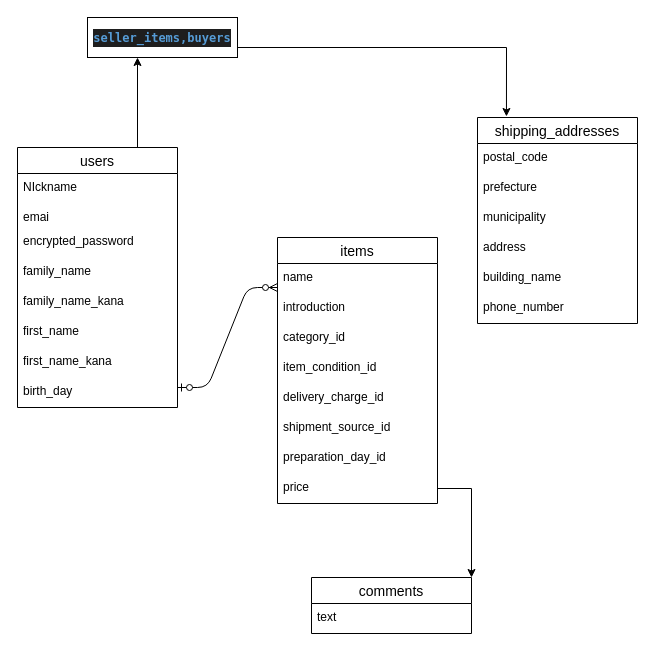
This is test.dio from Itsme-reina/furima-34355, a draw.io file, before an edit. Source tidied: cells renumbered, new cells numbered last; positions are measured from the earlier drawing's top-left corner, leaving out a move shared by most shapes. Both pictures are drawn from the tidied source at 100%, with x=0, y=0 at pixel (17, 17).
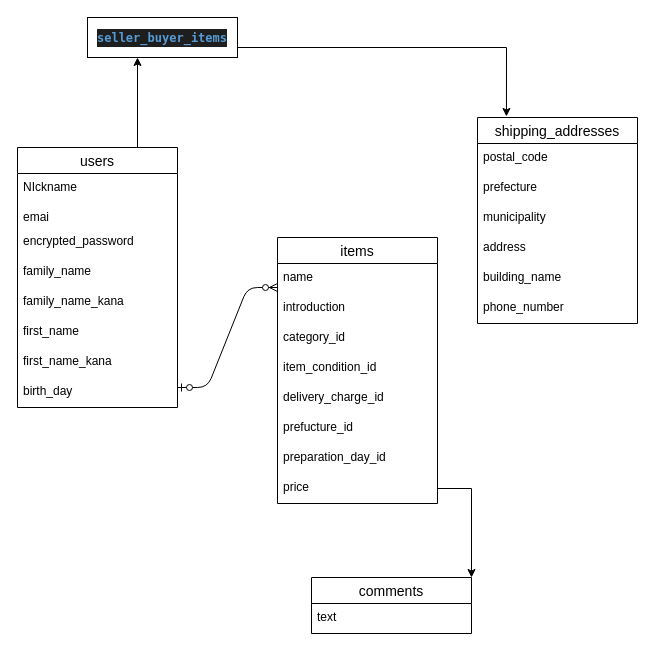
The same diagram, later.

Commit message (it also covers changes not shown here):
READEME ER図修正

The change refers to these unchanged cells:
```xml
<mxCell id="12" value="items" style="swimlane;fontStyle=0;horizontal=1;startSize=26;align=center;fontSize=14;" parent="1" vertex="1">
  <mxGeometry x="260" y="220" width="160" height="266" as="geometry" />
</mxCell>
```

The edit, as a diff of the source:
```diff
@@
-    <mxCell id="18" value="shipment_source_id" style="text;strokeColor=none;fillColor=none;spacingLeft=4;spacingRight=4;overflow=hidden;fontSize=12;" parent="12" vertex="1">
+    <mxCell id="18" value="prefucture_id" style="text;strokeColor=none;fillColor=none;spacingLeft=4;spacingRight=4;overflow=hidden;fontSize=12;" parent="12" vertex="1">
       <mxGeometry y="176" width="160" height="30" as="geometry" />
     </mxCell>
@@
-    <mxCell id="24" value="&lt;div style=&quot;color: rgb(212 , 212 , 212) ; background-color: rgb(30 , 30 , 30) ; font-family: &amp;#34;menlo&amp;#34; , &amp;#34;monaco&amp;#34; , &amp;#34;courier new&amp;#34; , monospace ; line-height: 18px&quot;&gt;&lt;span style=&quot;color: #569cd6 ; font-weight: bold&quot;&gt;seller_items,buyers&lt;/span&gt;&lt;/div&gt;" style="whiteSpace=wrap;html=1;align=center;" parent="1" vertex="1">
+    <mxCell id="24" value="&lt;div style=&quot;color: rgb(212 , 212 , 212) ; background-color: rgb(30 , 30 , 30) ; font-family: &amp;#34;menlo&amp;#34; , &amp;#34;monaco&amp;#34; , &amp;#34;courier new&amp;#34; , monospace ; line-height: 18px&quot;&gt;&lt;span style=&quot;color: #569cd6 ; font-weight: bold&quot;&gt;seller_buyer_items&lt;/span&gt;&lt;/div&gt;" style="whiteSpace=wrap;html=1;align=center;" parent="1" vertex="1">
       <mxGeometry x="70" width="150" height="40" as="geometry" />
     </mxCell>
```
